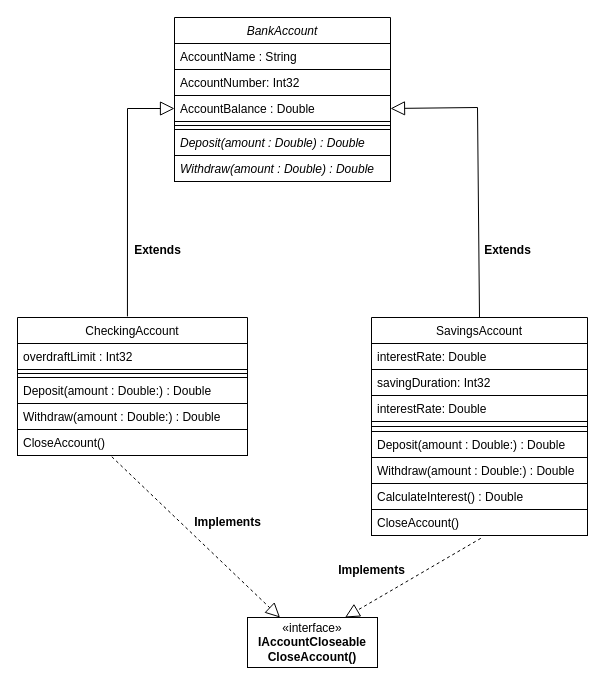
Above: page "Page-1" (1 of 2) of Week1/Day3/Images/Class_Diagram.drawio in LuqmanAH/FormulatrixBootcampB3 (draw.io), before the change. Source tidied: cells renumbered, new cells numbered last; positions are measured from the earlier drawing's top-left corner, leaving out a move shared by most shapes. Both pictures are drawn from the tidied source at 100%, with x=0, y=0 at pixel (17, 17).
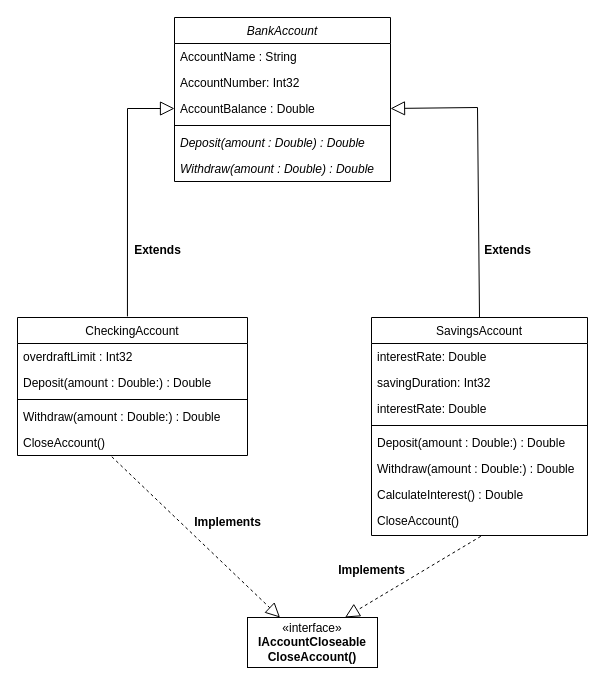
Above is the later version.

Commit message (it also covers changes not shown here):
Initialize Project: Class Diagram, Many TODO

Unchanged cells that the change refers to:
```xml
<mxCell id="2" value="BankAccount" style="swimlane;fontStyle=2;align=center;verticalAlign=top;horizontal=1;startSize=26;rounded=0;shadow=0;strokeWidth=1;fontColor=#000000;labelBorderColor=none;strokeColor=#000000;fillColor=none;" parent="1" vertex="1">
  <mxGeometry x="157" width="216" height="164" as="geometry" />
</mxCell>
<mxCell id="9" value="CheckingAccount" style="swimlane;fontStyle=0;align=center;verticalAlign=top;horizontal=1;startSize=26;rounded=0;shadow=0;strokeWidth=1;fontColor=#000000;labelBorderColor=none;strokeColor=#000000;fillColor=none;" parent="1" vertex="1">
  <mxGeometry y="300" width="230" height="138" as="geometry" />
</mxCell>
<mxCell id="15" value="SavingsAccount" style="swimlane;fontStyle=0;align=center;verticalAlign=top;horizontal=1;startSize=26;rounded=0;shadow=0;strokeWidth=1;fontColor=#000000;labelBorderColor=none;strokeColor=#000000;fillColor=none;" parent="1" vertex="1">
  <mxGeometry x="354" y="300" width="216" height="218" as="geometry" />
</mxCell>
```

Change to the diagram source:
```diff
@@
-    <mxCell id="3" value="AccountName : String" style="text;align=left;verticalAlign=top;spacingLeft=4;spacingRight=4;overflow=hidden;fontColor=#000000;labelBorderColor=none;strokeColor=#000000;" parent="2" vertex="1">
+    <mxCell id="3" value="AccountName : String" style="text;align=left;verticalAlign=top;spacingLeft=4;spacingRight=4;overflow=hidden;fontColor=#000000;labelBorderColor=none;strokeColor=none;" parent="2" vertex="1">
       <mxGeometry y="26" width="216" height="26" as="geometry" />
     </mxCell>
-    <mxCell id="4" value="AccountNumber: Int32" style="text;align=left;verticalAlign=top;spacingLeft=4;spacingRight=4;overflow=hidden;rounded=0;shadow=0;html=0;fontColor=#000000;labelBorderColor=none;strokeColor=#000000;" parent="2" vertex="1">
+    <mxCell id="4" value="AccountNumber: Int32" style="text;align=left;verticalAlign=top;spacingLeft=4;spacingRight=4;overflow=hidden;rounded=0;shadow=0;html=0;fontColor=#000000;labelBorderColor=none;strokeColor=none;" parent="2" vertex="1">
       <mxGeometry y="52" width="216" height="26" as="geometry" />
     </mxCell>
-    <mxCell id="5" value="AccountBalance : Double" style="text;align=left;verticalAlign=top;spacingLeft=4;spacingRight=4;overflow=hidden;points=[[0,0.5],[1,0.5]];portConstraint=eastwest;rounded=0;shadow=0;html=0;fontColor=#000000;labelBorderColor=none;strokeColor=#000000;" parent="2" vertex="1">
+    <mxCell id="5" value="AccountBalance : Double" style="text;align=left;verticalAlign=top;spacingLeft=4;spacingRight=4;overflow=hidden;points=[[0,0.5],[1,0.5]];portConstraint=eastwest;rounded=0;shadow=0;html=0;fontColor=#000000;labelBorderColor=none;strokeColor=none;" parent="2" vertex="1">
       <mxGeometry y="78" width="216" height="26" as="geometry" />
     </mxCell>
-    <mxCell id="6" style="line;html=1;strokeWidth=1;align=left;verticalAlign=middle;spacingTop=-1;spacingLeft=3;spacingRight=3;labelPosition=right;fontColor=#000000;labelBorderColor=none;strokeColor=#000000;" parent="2" vertex="1">
-      <mxGeometry y="104" width="216" height="8" as="geometry" />
-    </mxCell>
+    <mxCell id="33" style="line;strokeWidth=1;fillColor=none;align=left;verticalAlign=middle;spacingTop=-1;spacingLeft=3;spacingRight=3;labelPosition=right;strokeColor=inherit;" parent="2" vertex="1">
+      <mxGeometry y="104" width="216" height="8" as="geometry" />
+    </mxCell>
-    <mxCell id="7" value="Deposit(amount : Double) : Double" style="text;align=left;verticalAlign=top;spacingLeft=4;spacingRight=4;overflow=hidden;fontStyle=2;fontColor=#000000;labelBorderColor=none;strokeColor=#000000;" parent="2" vertex="1">
+    <mxCell id="7" value="Deposit(amount : Double) : Double" style="text;align=left;verticalAlign=top;spacingLeft=4;spacingRight=4;overflow=hidden;fontStyle=2;fontColor=#000000;labelBorderColor=none;strokeColor=none;" parent="2" vertex="1">
       <mxGeometry y="112" width="216" height="26" as="geometry" />
     </mxCell>
-    <mxCell id="8" value="Withdraw(amount : Double) : Double" style="text;align=left;verticalAlign=top;spacingLeft=4;spacingRight=4;overflow=hidden;fontStyle=2;fontColor=#000000;labelBorderColor=none;strokeColor=#000000;" parent="2" vertex="1">
+    <mxCell id="8" value="Withdraw(amount : Double) : Double" style="text;align=left;verticalAlign=top;spacingLeft=4;spacingRight=4;overflow=hidden;fontStyle=2;fontColor=#000000;labelBorderColor=none;strokeColor=none;" parent="2" vertex="1">
       <mxGeometry y="138" width="216" height="26" as="geometry" />
     </mxCell>
@@
-    <mxCell id="10" value="overdraftLimit : Int32" style="text;align=left;verticalAlign=top;spacingLeft=4;spacingRight=4;overflow=hidden;fontColor=#000000;labelBorderColor=none;strokeColor=#000000;" parent="9" vertex="1">
+    <mxCell id="10" value="overdraftLimit : Int32" style="text;align=left;verticalAlign=top;spacingLeft=4;spacingRight=4;overflow=hidden;fontColor=#000000;labelBorderColor=none;strokeColor=none;" parent="9" vertex="1">
       <mxGeometry y="26" width="230" height="26" as="geometry" />
     </mxCell>
-    <mxCell id="11" style="line;html=1;strokeWidth=1;align=left;verticalAlign=middle;spacingTop=-1;spacingLeft=3;spacingRight=3;labelPosition=right;fontColor=#000000;labelBorderColor=none;strokeColor=#000000;" parent="9" vertex="1">
-      <mxGeometry y="52" width="230" height="8" as="geometry" />
-    </mxCell>
-    <mxCell id="12" value="Deposit(amount : Double:) : Double" style="text;align=left;verticalAlign=top;spacingLeft=4;spacingRight=4;overflow=hidden;fontStyle=0;fontColor=#000000;labelBorderColor=none;strokeColor=#000000;" parent="9" vertex="1">
-      <mxGeometry y="60" width="230" height="26" as="geometry" />
+    <mxCell id="12" value="Deposit(amount : Double:) : Double" style="text;align=left;verticalAlign=top;spacingLeft=4;spacingRight=4;overflow=hidden;fontStyle=0;fontColor=#000000;labelBorderColor=none;strokeColor=none;" parent="9" vertex="1">
+      <mxGeometry y="52" width="230" height="26" as="geometry" />
     </mxCell>
+    <mxCell id="34" style="line;strokeWidth=1;fillColor=default;align=left;verticalAlign=middle;spacingTop=-1;spacingLeft=3;spacingRight=3;labelPosition=right;strokeColor=inherit;" parent="9" vertex="1">
+      <mxGeometry y="78" width="230" height="8" as="geometry" />
+    </mxCell>
-    <mxCell id="13" value="Withdraw(amount : Double:) : Double" style="text;align=left;verticalAlign=top;spacingLeft=4;spacingRight=4;overflow=hidden;fontColor=#000000;labelBorderColor=none;strokeColor=#000000;" parent="9" vertex="1">
+    <mxCell id="13" value="Withdraw(amount : Double:) : Double" style="text;align=left;verticalAlign=top;spacingLeft=4;spacingRight=4;overflow=hidden;fontColor=#000000;labelBorderColor=none;strokeColor=none;" parent="9" vertex="1">
       <mxGeometry y="86" width="230" height="26" as="geometry" />
     </mxCell>
-    <mxCell id="14" value="CloseAccount()" style="text;align=left;verticalAlign=top;spacingLeft=4;spacingRight=4;overflow=hidden;points=[[0,0.5],[1,0.5]];portConstraint=eastwest;fontColor=#000000;labelBorderColor=none;strokeColor=#000000;" parent="9" vertex="1">
+    <mxCell id="14" value="CloseAccount()" style="text;align=left;verticalAlign=top;spacingLeft=4;spacingRight=4;overflow=hidden;points=[[0,0.5],[1,0.5]];portConstraint=eastwest;fontColor=#000000;labelBorderColor=none;strokeColor=none;" parent="9" vertex="1">
       <mxGeometry y="112" width="230" height="26" as="geometry" />
     </mxCell>
@@
-    <mxCell id="16" value="interestRate: Double&#10;" style="text;align=left;verticalAlign=top;spacingLeft=4;spacingRight=4;overflow=hidden;fontColor=#000000;labelBorderColor=none;strokeColor=#000000;" parent="15" vertex="1">
+    <mxCell id="16" value="interestRate: Double&#10;" style="text;align=left;verticalAlign=top;spacingLeft=4;spacingRight=4;overflow=hidden;fontColor=#000000;labelBorderColor=none;strokeColor=none;" parent="15" vertex="1">
       <mxGeometry y="26" width="216" height="26" as="geometry" />
     </mxCell>
-    <mxCell id="17" value="savingDuration: Int32&#10;" style="text;align=left;verticalAlign=top;spacingLeft=4;spacingRight=4;overflow=hidden;fontColor=#000000;labelBorderColor=none;strokeColor=#000000;" parent="15" vertex="1">
+    <mxCell id="17" value="savingDuration: Int32&#10;" style="text;align=left;verticalAlign=top;spacingLeft=4;spacingRight=4;overflow=hidden;fontColor=#000000;labelBorderColor=none;strokeColor=none;" parent="15" vertex="1">
       <mxGeometry y="52" width="216" height="26" as="geometry" />
     </mxCell>
-    <mxCell id="18" value="interestRate: Double&#10;" style="text;align=left;verticalAlign=top;spacingLeft=4;spacingRight=4;overflow=hidden;fontColor=#000000;labelBorderColor=none;strokeColor=#000000;" parent="15" vertex="1">
+    <mxCell id="18" value="interestRate: Double&#10;" style="text;align=left;verticalAlign=top;spacingLeft=4;spacingRight=4;overflow=hidden;fontColor=#000000;labelBorderColor=none;strokeColor=none;" parent="15" vertex="1">
       <mxGeometry y="78" width="216" height="26" as="geometry" />
     </mxCell>
-    <mxCell id="19" style="line;html=1;strokeWidth=1;align=left;verticalAlign=middle;spacingTop=-1;spacingLeft=3;spacingRight=3;labelPosition=right;fontColor=#000000;labelBorderColor=none;strokeColor=#000000;" parent="15" vertex="1">
-      <mxGeometry y="104" width="216" height="10" as="geometry" />
-    </mxCell>
+    <mxCell id="35" style="line;strokeWidth=1;fillColor=none;align=left;verticalAlign=middle;spacingTop=-1;spacingLeft=3;spacingRight=3;labelPosition=right;strokeColor=inherit;" parent="15" vertex="1">
+      <mxGeometry y="104" width="216" height="8" as="geometry" />
+    </mxCell>
-    <mxCell id="20" value="Deposit(amount : Double:) : Double" style="text;align=left;verticalAlign=top;spacingLeft=4;spacingRight=4;overflow=hidden;fontColor=#000000;labelBorderColor=none;strokeColor=#000000;" parent="15" vertex="1">
-      <mxGeometry y="114" width="216" height="26" as="geometry" />
+    <mxCell id="20" value="Deposit(amount : Double:) : Double" style="text;align=left;verticalAlign=top;spacingLeft=4;spacingRight=4;overflow=hidden;fontColor=#000000;labelBorderColor=none;strokeColor=none;" parent="15" vertex="1">
+      <mxGeometry y="112" width="216" height="26" as="geometry" />
     </mxCell>
-    <mxCell id="21" value="Withdraw(amount : Double:) : Double" style="text;align=left;verticalAlign=top;spacingLeft=4;spacingRight=4;overflow=hidden;fontColor=#000000;labelBorderColor=none;strokeColor=#000000;" parent="15" vertex="1">
-      <mxGeometry y="140" width="216" height="26" as="geometry" />
+    <mxCell id="21" value="Withdraw(amount : Double:) : Double" style="text;align=left;verticalAlign=top;spacingLeft=4;spacingRight=4;overflow=hidden;fontColor=#000000;labelBorderColor=none;strokeColor=none;" parent="15" vertex="1">
+      <mxGeometry y="138" width="216" height="26" as="geometry" />
     </mxCell>
-    <mxCell id="22" value="CalculateInterest() : Double" style="text;align=left;verticalAlign=top;spacingLeft=4;spacingRight=4;overflow=hidden;fontColor=#000000;labelBorderColor=none;strokeColor=#000000;" parent="15" vertex="1">
-      <mxGeometry y="166" width="216" height="26" as="geometry" />
+    <mxCell id="22" value="CalculateInterest() : Double" style="text;align=left;verticalAlign=top;spacingLeft=4;spacingRight=4;overflow=hidden;fontColor=#000000;labelBorderColor=none;strokeColor=none;" parent="15" vertex="1">
+      <mxGeometry y="164" width="216" height="26" as="geometry" />
     </mxCell>
-    <mxCell id="23" value="CloseAccount()" style="text;align=left;verticalAlign=top;spacingLeft=4;spacingRight=4;overflow=hidden;points=[[0,0.5],[1,0.5]];portConstraint=eastwest;fontColor=#000000;labelBorderColor=none;strokeColor=#000000;" parent="15" vertex="1">
-      <mxGeometry y="192" width="216" height="26" as="geometry" />
+    <mxCell id="23" value="CloseAccount()" style="text;align=left;verticalAlign=top;spacingLeft=4;spacingRight=4;overflow=hidden;points=[[0,0.5],[1,0.5]];portConstraint=eastwest;fontColor=#000000;labelBorderColor=none;strokeColor=none;" parent="15" vertex="1">
+      <mxGeometry y="190" width="216" height="26" as="geometry" />
     </mxCell>
```
